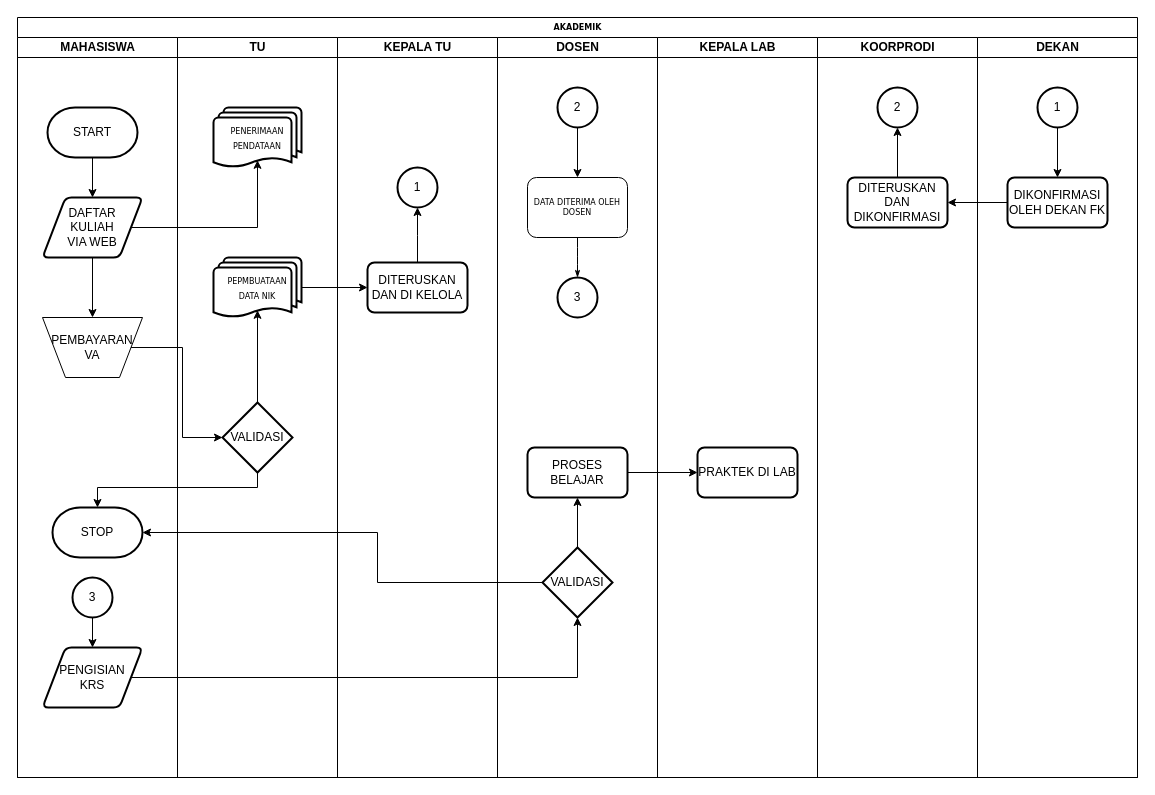
Above: Untitled Diagram.drawio in userunkn0w/import-excel-ke-mysql-dengan-php (draw.io), before the change. Source tidied: cells renumbered, new cells numbered last; positions are measured from the earlier drawing's top-left corner, leaving out a move shared by most shapes. Both pictures are drawn from the tidied source at 100%, with x=0, y=0 at pixel (17, 17).
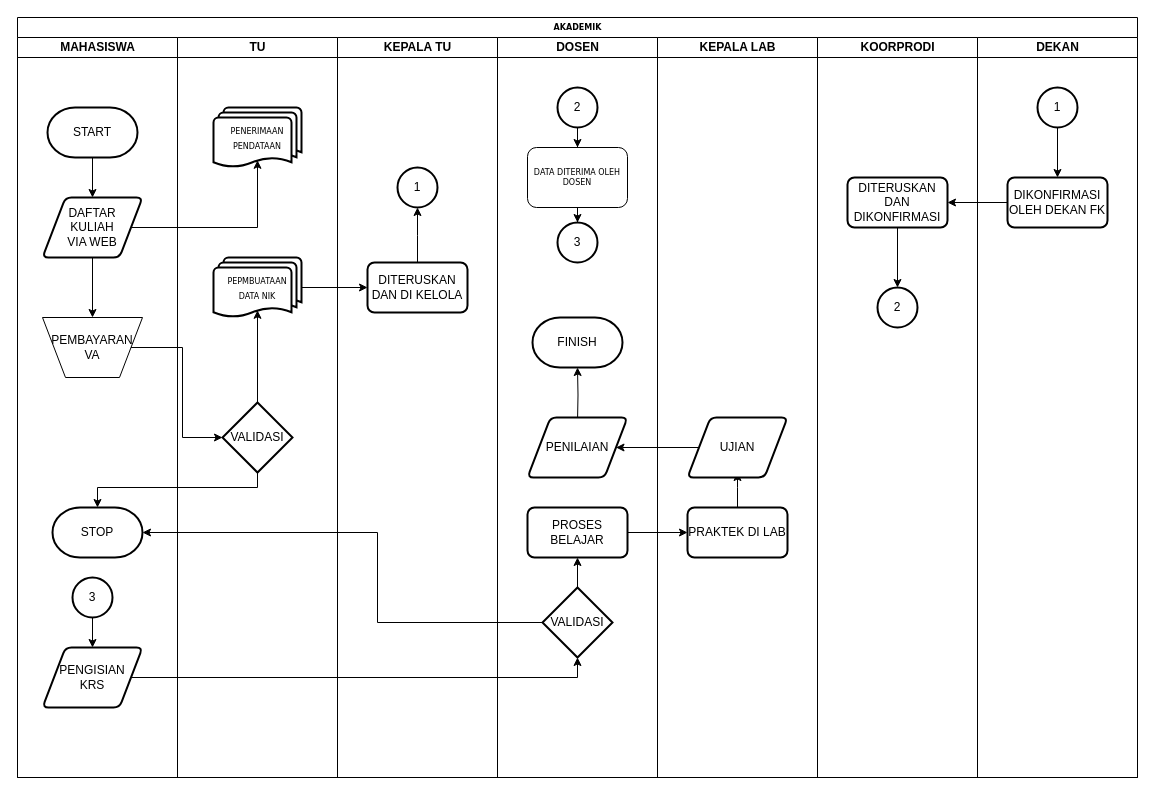
The same diagram, later.

Unchanged cells that the change refers to:
```xml
<mxCell id="2" value="AKADEMIK" style="swimlane;html=1;startSize=20;rounded=0;shadow=0;labelBackgroundColor=none;strokeWidth=1;fontFamily=Verdana;fontSize=8;align=center;" parent="1" vertex="1">
  <mxGeometry width="1120" height="760" as="geometry" />
</mxCell>
<mxCell id="9" value="STOP" style="strokeWidth=2;html=1;shape=mxgraph.flowchart.terminator;whiteSpace=wrap;" parent="3" vertex="1">
  <mxGeometry x="35" y="470" width="90" height="50" as="geometry" />
</mxCell>
<mxCell id="22" value="DOSEN" style="swimlane;html=1;startSize=20;" parent="2" vertex="1">
  <mxGeometry x="480" y="20" width="160" height="740" as="geometry" />
</mxCell>
<mxCell id="31" value="KEPALA LAB" style="swimlane;html=1;startSize=20;" parent="2" vertex="1">
  <mxGeometry x="640" y="20" width="160" height="740" as="geometry" />
</mxCell>
<mxCell id="33" value="KOORPRODI" style="swimlane;html=1;startSize=20;" parent="2" vertex="1">
  <mxGeometry x="800" y="20" width="160" height="740" as="geometry" />
</mxCell>
```

Change to the diagram source:
```diff
@@
+    <mxCell id="49" style="edgeStyle=orthogonalEdgeStyle;rounded=0;jettySize=auto;html=1;" parent="22" edge="1" source="23" target="27">
+      <mxGeometry relative="1" as="geometry" />
+    </mxCell>
     <mxCell id="23" value="DATA DITERIMA OLEH DOSEN" style="rounded=1;whiteSpace=wrap;html=1;shadow=0;labelBackgroundColor=none;strokeWidth=1;fontFamily=Verdana;fontSize=8;align=center;" parent="22" vertex="1">
-      <mxGeometry x="30" y="140" width="100" height="60" as="geometry" />
+      <mxGeometry x="30" y="110" width="100" height="60" as="geometry" />
     </mxCell>
-    <mxCell id="24" style="edgeStyle=orthogonalEdgeStyle;rounded=1;html=1;labelBackgroundColor=none;startArrow=none;startFill=0;startSize=5;endArrow=classicThin;endFill=1;endSize=5;jettySize=auto;strokeWidth=1;fontFamily=Verdana;fontSize=8;" parent="22" edge="1" source="23">
-      <mxGeometry relative="1" as="geometry">
-        <mxPoint x="80" y="240" as="targetPoint" />
-      </mxGeometry>
-    </mxCell>
@@
-    <mxCell id="27" value="3" style="strokeWidth=2;html=1;shape=mxgraph.flowchart.start_2;whiteSpace=wrap;" parent="22" vertex="1">
-      <mxGeometry x="60" y="240" width="40" height="40" as="geometry" />
-    </mxCell>
@@
     <mxCell id="29" value="VALIDASI" style="strokeWidth=2;html=1;shape=mxgraph.flowchart.decision;whiteSpace=wrap;" parent="22" vertex="1">
-      <mxGeometry x="45" y="510" width="70" height="70" as="geometry" />
+      <mxGeometry x="45" y="550" width="70" height="70" as="geometry" />
     </mxCell>
     <mxCell id="30" value="PROSES BELAJAR" style="rounded=1;whiteSpace=wrap;html=1;absoluteArcSize=1;arcSize=14;strokeWidth=2;" parent="22" vertex="1">
-      <mxGeometry x="30" y="410" width="100" height="50" as="geometry" />
+      <mxGeometry x="30" y="470" width="100" height="50" as="geometry" />
     </mxCell>
+    <mxCell id="27" value="3" style="strokeWidth=2;html=1;shape=mxgraph.flowchart.start_2;whiteSpace=wrap;" parent="22" vertex="1">
+      <mxGeometry x="60" y="185" width="40" height="40" as="geometry" />
+    </mxCell>
+    <mxCell id="50" style="edgeStyle=orthogonalEdgeStyle;rounded=0;jettySize=auto;html=1;" parent="22" edge="1" target="51">
+      <mxGeometry relative="1" as="geometry">
+        <mxPoint x="80" y="385" as="sourcePoint" />
+      </mxGeometry>
+    </mxCell>
+    <mxCell id="51" value="FINISH" style="strokeWidth=2;html=1;shape=mxgraph.flowchart.terminator;whiteSpace=wrap;" parent="22" vertex="1">
+      <mxGeometry x="35" y="280" width="90" height="50" as="geometry" />
+    </mxCell>
+    <mxCell id="52" value="PENILAIAN" style="shape=parallelogram;html=1;strokeWidth=2;perimeter=parallelogramPerimeter;whiteSpace=wrap;rounded=1;arcSize=12;size=0.23;" parent="22" vertex="1">
+      <mxGeometry x="30" y="380" width="100" height="60" as="geometry" />
+    </mxCell>
@@
+    <mxCell id="53" style="edgeStyle=orthogonalEdgeStyle;rounded=0;jettySize=auto;html=1;entryX=0.5;entryY=1;entryDx=0;entryDy=0;" parent="31" edge="1" source="32">
+      <mxGeometry relative="1" as="geometry">
+        <mxPoint x="80" y="435" as="targetPoint" />
+      </mxGeometry>
+    </mxCell>
     <mxCell id="32" value="PRAKTEK DI LAB" style="rounded=1;whiteSpace=wrap;html=1;absoluteArcSize=1;arcSize=14;strokeWidth=2;" parent="31" vertex="1">
-      <mxGeometry x="40" y="410" width="100" height="50" as="geometry" />
+      <mxGeometry x="30" y="470" width="100" height="50" as="geometry" />
     </mxCell>
+    <mxCell id="54" value="UJIAN" style="shape=parallelogram;html=1;strokeWidth=2;perimeter=parallelogramPerimeter;whiteSpace=wrap;rounded=1;arcSize=12;size=0.23;" parent="31" vertex="1">
+      <mxGeometry x="30" y="380" width="100" height="60" as="geometry" />
+    </mxCell>
@@
     <mxCell id="36" value="2" style="strokeWidth=2;html=1;shape=mxgraph.flowchart.start_2;whiteSpace=wrap;" parent="33" vertex="1">
-      <mxGeometry x="60" y="50" width="40" height="40" as="geometry" />
+      <mxGeometry x="60" y="250" width="40" height="40" as="geometry" />
     </mxCell>
@@
     <mxCell id="47" style="edgeStyle=orthogonalEdgeStyle;rounded=0;jettySize=auto;html=1;exitX=0;exitY=0.5;exitDx=0;exitDy=0;exitPerimeter=0;entryX=1;entryY=0.5;entryDx=0;entryDy=0;entryPerimeter=0;" parent="2" edge="1" source="29" target="9">
       <mxGeometry relative="1" as="geometry">
         <Array as="points">
-          <mxPoint x="360" y="565" />
+          <mxPoint x="360" y="605" />
           <mxPoint x="360" y="515" />
         </Array>
       </mxGeometry>
     </mxCell>
@@
+    <mxCell id="55" style="edgeStyle=orthogonalEdgeStyle;rounded=0;jettySize=auto;html=1;exitX=0;exitY=0.5;exitDx=0;exitDy=0;entryX=1;entryY=0.5;entryDx=0;entryDy=0;" parent="2" edge="1" source="54" target="52">
+      <mxGeometry relative="1" as="geometry" />
+    </mxCell>
```
